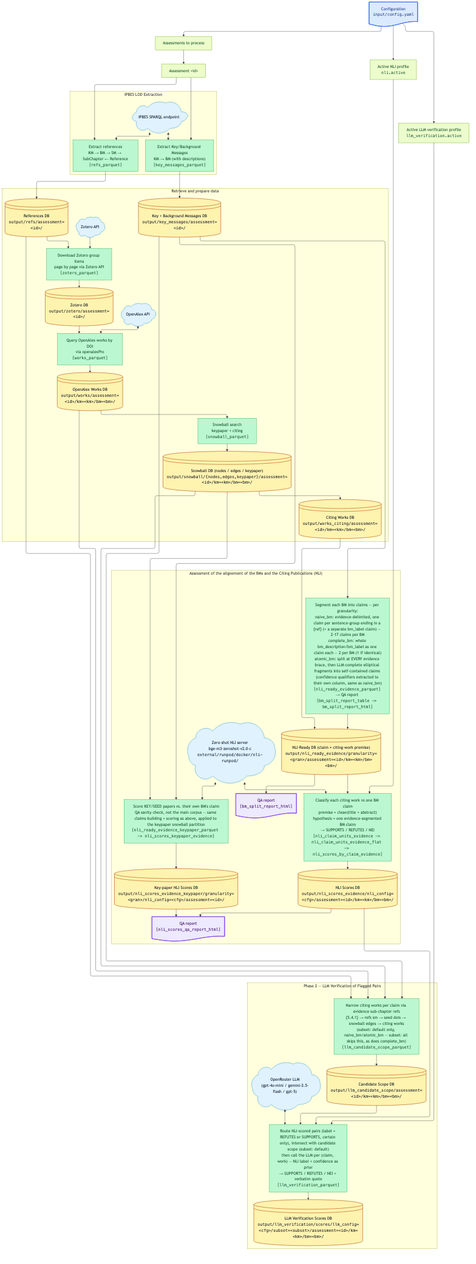
The Mermaid diagram output/figures/workflow_nli.png in IPBES-Data/IPBES_BM_Fact_Checker, before a commit. Its source is kept beside it as input/mmd/workflow_nli.mmd.
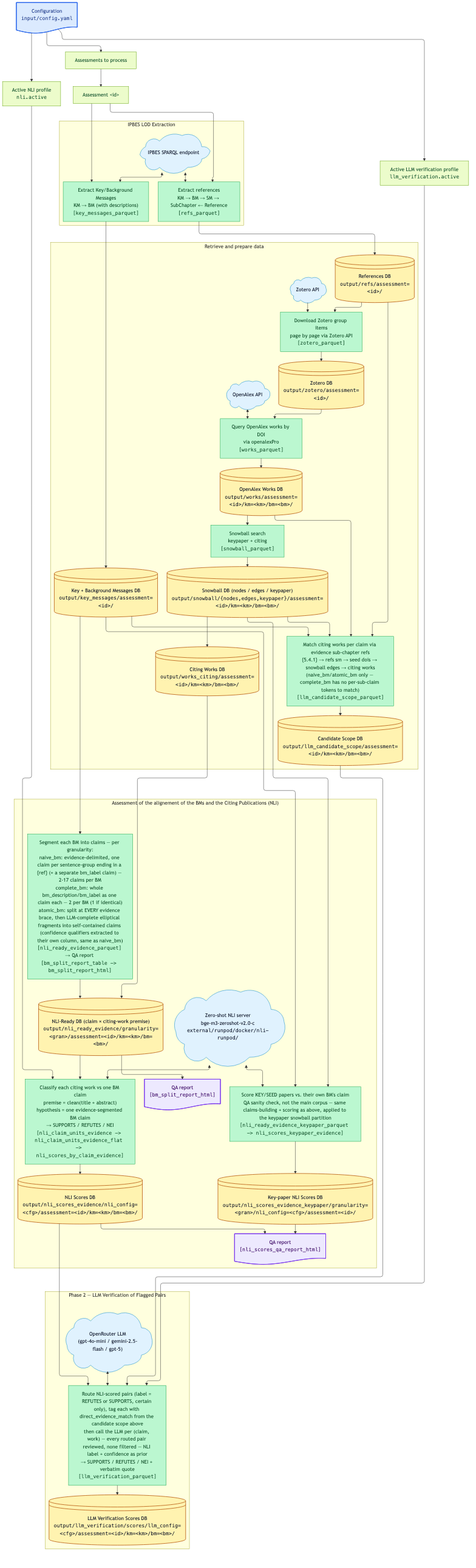
The same file after the commit.

Commit message:
Retire Phase 2 candidate-scope filtering in favor of a direct_evidence_match tag

What changed in the source:
```diff
@@ -42,6 +42,8 @@
     download_works@{ shape: rect, label: "Query OpenAlex works by DOI<br/>via openalexPro<br/><tt>[works_parquet]</tt>" }
     snowball@{ shape: rect, label: "Snowball search<br/>keypaper + citing<br/><tt>[snowball_parquet]</tt>" }
     snowball_db@{ shape: lin-cyl, label: "Snowball DB (nodes / edges / keypaper)<br/><tt>output/snowball/{nodes,edges,keypaper}/assessment=&lt;id&gt;/km=&lt;km&gt;/bm=&lt;bm&gt;/</tt>" }
+    llm_scope@{ shape: rect, label: "Match citing works per claim via evidence sub-chapter refs<br/>{5.4.1} → refs sm → seed dois → snowball edges → citing works<br/>(naive_bm/atomic_bm only — complete_bm has no per-sub-claim tokens to match)<br/><tt>[llm_candidate_scope_parquet]</tt>" }
+    llm_scope_db@{ shape: lin-cyl, label: "Candidate Scope DB<br/><tt>output/llm_candidate_scope/assessment=&lt;id&gt;/km=&lt;km&gt;/bm=&lt;bm&gt;/</tt>" }
 
     build_refs        --> refs_db
     build_key_messages --> key_messages_db
@@ -57,6 +59,12 @@
     works_db --> snowball
     snowball --> snowball_db
     snowball_db --> citing_db
+
+    key_messages_db --> llm_scope
+    refs_db --> llm_scope
+    works_db --> llm_scope
+    snowball_db --> llm_scope
+    llm_scope --> llm_scope_db
   end
 
   subgraph nli_assessment["Assessment of the alignement of the BMs and the Citing Publications (NLI)"]
@@ -97,14 +105,10 @@
   subgraph llm_verification["Phase 2 — LLM Verification of Flagged Pairs"]
     direction TB
 
-    llm_scope@{ shape: rect, label: "Narrow citing works per claim via evidence sub-chapter refs<br/>{5.4.1} → refs sm → seed dois → snowball edges → citing works<br/>(subset: default only, naive_bm/atomic_bm — subset: all skips this, as does complete_bm)<br/><tt>[llm_candidate_scope_parquet]</tt>" }
-    llm_scope_db@{ shape: lin-cyl, label: "Candidate Scope DB<br/><tt>output/llm_candidate_scope/assessment=&lt;id&gt;/km=&lt;km&gt;/bm=&lt;bm&gt;/</tt>" }
     llm_server@{ shape: cloud, label: "OpenRouter LLM<br/>(gpt-4o-mini / gemini-2.5-flash / gpt-5)" }
-    llm_verify@{ shape: rect, label: "Route NLI-scored pairs (label = REFUTES or SUPPORTS, certain only), intersect with candidate scope (subset: default)<br/>then call the LLM per (claim, work) — NLI label + confidence as prior<br/>→ SUPPORTS / REFUTES / NEI + verbatim quote<br/><tt>[llm_verification_parquet]</tt>" }
-    llm_scores_db@{ shape: lin-cyl, label: "LLM Verification Scores DB<br/><tt>output/llm_verification/scores/llm_config=&lt;cfg&gt;/subset=&lt;subset&gt;/assessment=&lt;id&gt;/km=&lt;km&gt;/bm=&lt;bm&gt;/</tt>" }
+    llm_verify@{ shape: rect, label: "Route NLI-scored pairs (label = REFUTES or SUPPORTS, certain only), tag each with direct_evidence_match from the candidate scope above<br/>then call the LLM per (claim, work) — every routed pair reviewed, none filtered — NLI label + confidence as prior<br/>→ SUPPORTS / REFUTES / NEI + verbatim quote<br/><tt>[llm_verification_parquet]</tt>" }
+    llm_scores_db@{ shape: lin-cyl, label: "LLM Verification Scores DB<br/><tt>output/llm_verification/scores/llm_config=&lt;cfg&gt;/assessment=&lt;id&gt;/km=&lt;km&gt;/bm=&lt;bm&gt;/</tt>" }
 
-    llm_scope --> llm_scope_db
-    llm_scope_db --> llm_verify
     llm_server <--> llm_verify
     llm_verify --> llm_scores_db
   end
@@ -114,10 +118,7 @@
   llm_active --> llm_verify
 
   nli_scores_db --> llm_verify
-  key_messages_db --> llm_scope
-  refs_db --> llm_scope
-  works_db --> llm_scope
-  snowball_db --> llm_scope
+  llm_scope_db --> llm_verify
 
   nli_assessment --> llm_verification
 
@@ -129,7 +130,7 @@
   classDef disabled    fill:#f1f5f9,stroke:#94a3b8,color:#64748b,stroke-width:1px,stroke-dasharray:4 3;
   classDef qa_report   fill:#ede9fe,stroke:#7c3aed,color:#3b0764,stroke-width:1.5px;
 
-  linkStyle 32 stroke:transparent,fill:none;
+  linkStyle 37 stroke:transparent,fill:none;
   linkStyle 44 stroke:transparent,fill:none;
 
   class config_file input_file;
```
